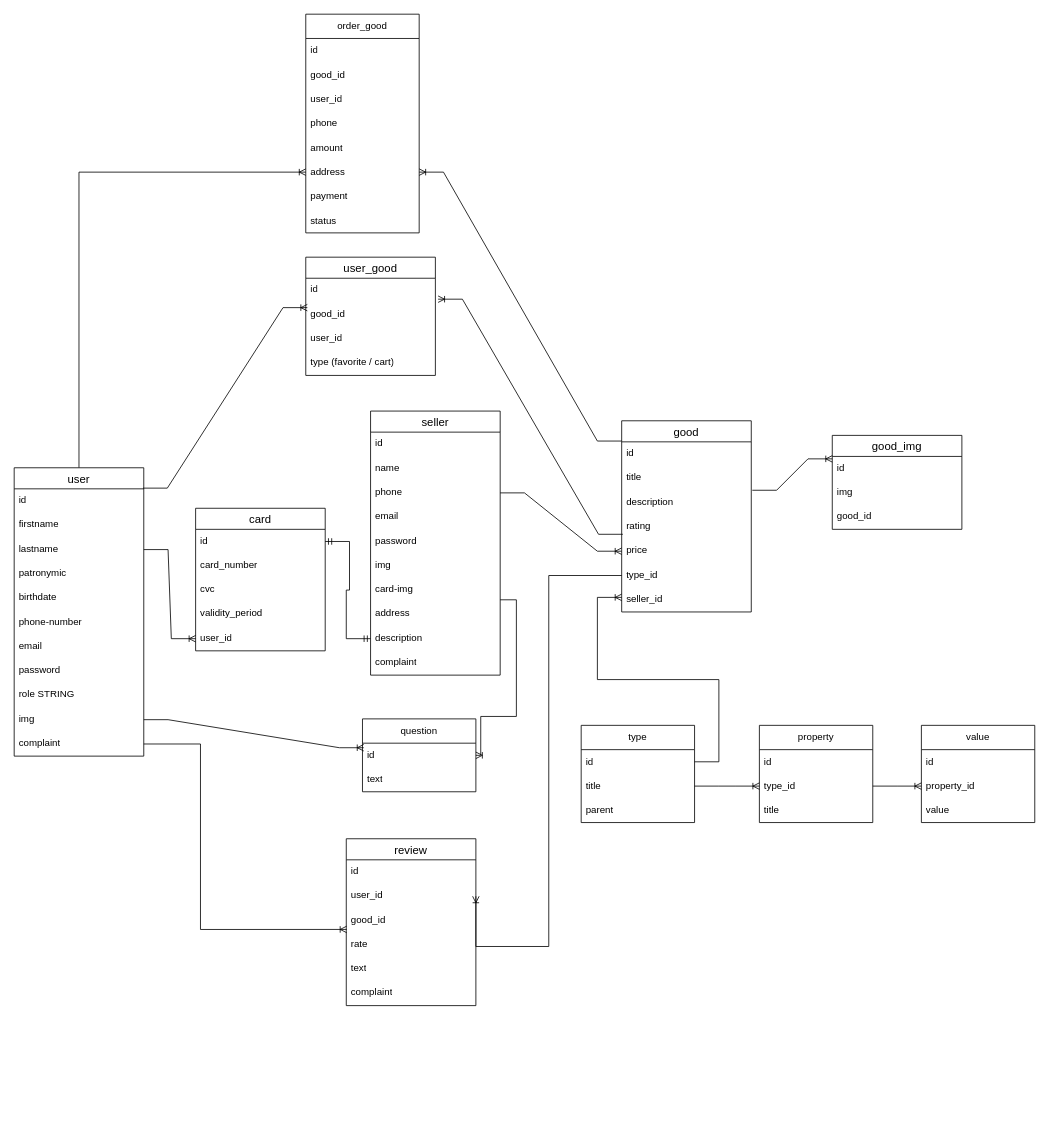
Before: database-diagram.drawio in vese1chak/meggaprice-server, a draw.io diagram. Source tidied: cells renumbered, new cells numbered last; positions are measured from the earlier drawing's top-left corner, leaving out a move shared by most shapes. Both pictures are drawn from the tidied source at 81%, with x=0, y=0 at pixel (14, 14).
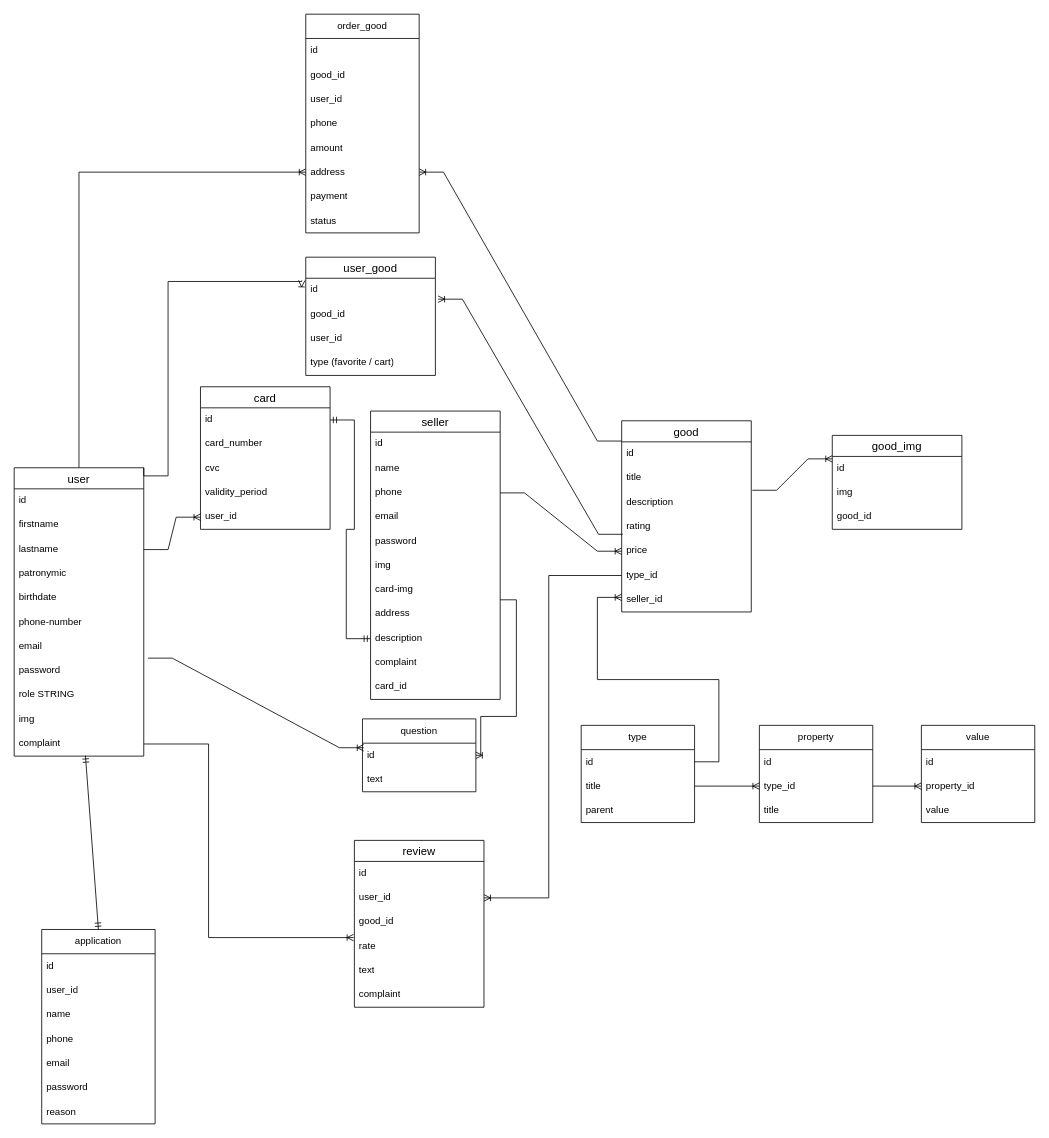
The same page after the edit.

Commit message (it also covers changes not shown here):
Added application and fixed other data models

The change refers to these unchanged cells:
```xml
<mxCell id="3" value="user" style="swimlane;fontStyle=0;horizontal=1;startSize=26;align=center;fontSize=14;" parent="1" vertex="1">
  <mxGeometry y="560" width="160" height="356" as="geometry" />
</mxCell>
<mxCell id="4" value="id" style="text;strokeColor=none;fillColor=none;spacingLeft=4;spacingRight=4;overflow=hidden;points=[[0,0.5],[1,0.5]];portConstraint=eastwest;fontSize=12;whiteSpace=wrap;html=1;" parent="3" vertex="1">
  <mxGeometry y="26" width="160" height="30" as="geometry" />
</mxCell>
<mxCell id="11" value="password" style="text;strokeColor=none;fillColor=none;spacingLeft=4;spacingRight=4;overflow=hidden;points=[[0,0.5],[1,0.5]];portConstraint=eastwest;fontSize=12;whiteSpace=wrap;html=1;" parent="3" vertex="1">
  <mxGeometry y="236" width="160" height="30" as="geometry" />
</mxCell>
<mxCell id="13" value="img" style="text;strokeColor=none;fillColor=none;spacingLeft=4;spacingRight=4;overflow=hidden;points=[[0,0.5],[1,0.5]];portConstraint=eastwest;fontSize=12;whiteSpace=wrap;html=1;" parent="3" vertex="1">
  <mxGeometry y="296" width="160" height="30" as="geometry" />
</mxCell>
<mxCell id="14" value="complaint" style="text;strokeColor=none;fillColor=none;spacingLeft=4;spacingRight=4;overflow=hidden;points=[[0,0.5],[1,0.5]];portConstraint=eastwest;fontSize=12;whiteSpace=wrap;html=1;" parent="3" vertex="1">
  <mxGeometry y="326" width="160" height="30" as="geometry" />
</mxCell>
<mxCell id="21" value="type_id" style="text;strokeColor=none;fillColor=none;spacingLeft=4;spacingRight=4;overflow=hidden;points=[[0,0.5],[1,0.5]];portConstraint=eastwest;fontSize=12;whiteSpace=wrap;html=1;" parent="15" vertex="1">
  <mxGeometry y="176" width="160" height="30" as="geometry" />
</mxCell>
<mxCell id="25" value="user_id" style="text;strokeColor=none;fillColor=none;spacingLeft=4;spacingRight=4;overflow=hidden;points=[[0,0.5],[1,0.5]];portConstraint=eastwest;fontSize=12;whiteSpace=wrap;html=1;" parent="23" vertex="1">
  <mxGeometry y="56" width="160" height="30" as="geometry" />
</mxCell>
<mxCell id="27" value="rate" style="text;strokeColor=none;fillColor=none;spacingLeft=4;spacingRight=4;overflow=hidden;points=[[0,0.5],[1,0.5]];portConstraint=eastwest;fontSize=12;whiteSpace=wrap;html=1;" parent="23" vertex="1">
  <mxGeometry y="116" width="160" height="30" as="geometry" />
</mxCell>
<mxCell id="31" value="id" style="text;strokeColor=none;fillColor=none;align=left;verticalAlign=middle;spacingLeft=4;spacingRight=4;overflow=hidden;points=[[0,0.5],[1,0.5]];portConstraint=eastwest;whiteSpace=wrap;html=1;" parent="30" vertex="1">
  <mxGeometry y="30" width="140" height="30" as="geometry" />
</mxCell>
<mxCell id="88" value="id" style="text;strokeColor=none;fillColor=none;spacingLeft=4;spacingRight=4;overflow=hidden;points=[[0,0.5],[1,0.5]];portConstraint=eastwest;fontSize=12;whiteSpace=wrap;html=1;" parent="87" vertex="1">
  <mxGeometry y="26" width="160" height="30" as="geometry" />
</mxCell>
<mxCell id="89" value="good_id" style="text;strokeColor=none;fillColor=none;spacingLeft=4;spacingRight=4;overflow=hidden;points=[[0,0.5],[1,0.5]];portConstraint=eastwest;fontSize=12;whiteSpace=wrap;html=1;" parent="87" vertex="1">
  <mxGeometry y="56" width="160" height="30" as="geometry" />
</mxCell>
```

What changed in the source:
```diff
@@
     <mxCell id="23" value="review" style="swimlane;fontStyle=0;horizontal=1;startSize=26;align=center;fontSize=14;" parent="1" vertex="1">
-      <mxGeometry x="410" y="1018" width="160" height="206" as="geometry" />
+      <mxGeometry x="420" y="1020" width="160" height="206" as="geometry" />
     </mxCell>
@@
-    <mxCell id="33" style="edgeStyle=entityRelationEdgeStyle;fontSize=12;html=1;endArrow=ERoneToMany;rounded=0;exitX=1;exitY=0.5;exitDx=0;exitDy=0;entryX=0.011;entryY=0.187;entryDx=0;entryDy=0;entryPerimeter=0;" parent="1" edge="1" source="13" target="31">
+    <mxCell id="33" style="edgeStyle=entityRelationEdgeStyle;fontSize=12;html=1;endArrow=ERoneToMany;rounded=0;exitX=1.032;exitY=-0.033;exitDx=0;exitDy=0;entryX=0.011;entryY=0.187;entryDx=0;entryDy=0;entryPerimeter=0;exitPerimeter=0;" parent="1" edge="1" source="11" target="31">
       <mxGeometry relative="1" as="geometry" />
     </mxCell>
@@
     <mxCell id="49" value="seller" style="swimlane;fontStyle=0;horizontal=1;startSize=26;align=center;fontSize=14;" parent="1" vertex="1">
-      <mxGeometry x="440" y="490" width="160" height="326" as="geometry" />
+      <mxGeometry x="440" y="490" width="160" height="356" as="geometry" />
     </mxCell>
@@
+    <mxCell id="94" value="card_id" style="text;strokeColor=none;fillColor=none;spacingLeft=4;spacingRight=4;overflow=hidden;fontSize=12;whiteSpace=wrap;html=1;" parent="49" vertex="1">
+      <mxGeometry y="326" width="160" height="30" as="geometry" />
+    </mxCell>
@@
     <mxCell id="61" style="edgeStyle=orthogonalEdgeStyle;rounded=0;jettySize=auto;html=1;entryX=1;entryY=0.5;entryDx=0;entryDy=0;endArrow=ERoneToMany;endFill=0;exitX=0;exitY=0.5;exitDx=0;exitDy=0;" parent="1" edge="1" source="21" target="25">
       <mxGeometry relative="1" as="geometry">
         <Array as="points">
           <mxPoint x="660" y="693" />
-          <mxPoint x="660" y="1151" />
-          <mxPoint x="570" y="1151" />
+          <mxPoint x="660" y="1091" />
         </Array>
       </mxGeometry>
     </mxCell>
@@
     <mxCell id="77" value="card" style="swimlane;fontStyle=0;horizontal=1;startSize=26;align=center;fontSize=14;" parent="1" vertex="1">
-      <mxGeometry x="224" y="610" width="160" height="176" as="geometry" />
+      <mxGeometry x="230" y="460" width="160" height="176" as="geometry" />
     </mxCell>
@@
-    <mxCell id="84" style="edgeStyle=entityRelationEdgeStyle;fontSize=12;html=1;endArrow=ERoneToMany;rounded=0;exitX=0.994;exitY=-0.029;exitDx=0;exitDy=0;exitPerimeter=0;entryX=0.012;entryY=0.21;entryDx=0;entryDy=0;entryPerimeter=0;" parent="1" edge="1" source="4" target="89">
-      <mxGeometry relative="1" as="geometry" />
+    <mxCell id="84" style="edgeStyle=orthogonalEdgeStyle;fontSize=12;html=1;endArrow=ERoneToMany;rounded=0;exitX=1;exitY=0;exitDx=0;exitDy=0;entryX=-0.031;entryY=0.089;entryDx=0;entryDy=0;entryPerimeter=0;" parent="1" edge="1" source="3" target="88">
+      <mxGeometry relative="1" as="geometry">
+        <Array as="points">
+          <mxPoint x="160" y="570" />
+          <mxPoint x="190" y="570" />
+          <mxPoint x="190" y="330" />
+          <mxPoint x="355" y="330" />
+        </Array>
+      </mxGeometry>
     </mxCell>
@@
-    <mxCell id="92" style="edgeStyle=orthogonalEdgeStyle;rounded=0;jettySize=auto;html=1;entryX=0.003;entryY=-0.135;entryDx=0;entryDy=0;entryPerimeter=0;endArrow=ERoneToMany;endFill=0;" parent="1" edge="1" source="14" target="27">
-      <mxGeometry relative="1" as="geometry">
-        <Array as="points">
-          <mxPoint x="230" y="901" />
-          <mxPoint x="230" y="1130" />
-        </Array>
-      </mxGeometry>
-    </mxCell>
@@
+    <mxCell id="95" value="application" style="swimlane;fontStyle=0;horizontal=1;startSize=30;whiteSpace=wrap;html=1;" parent="1" vertex="1">
+      <mxGeometry x="34" y="1130" width="140" height="240" as="geometry" />
+    </mxCell>
+    <mxCell id="96" value="id" style="text;strokeColor=none;fillColor=none;align=left;verticalAlign=middle;spacingLeft=4;spacingRight=4;overflow=hidden;whiteSpace=wrap;html=1;" parent="95" vertex="1">
+      <mxGeometry y="30" width="140" height="30" as="geometry" />
+    </mxCell>
+    <mxCell id="97" value="user_id" style="text;strokeColor=none;fillColor=none;align=left;verticalAlign=middle;spacingLeft=4;spacingRight=4;overflow=hidden;whiteSpace=wrap;html=1;" parent="95" vertex="1">
+      <mxGeometry y="60" width="140" height="30" as="geometry" />
+    </mxCell>
+    <mxCell id="98" value="name" style="text;strokeColor=none;fillColor=none;align=left;verticalAlign=middle;spacingLeft=4;spacingRight=4;overflow=hidden;whiteSpace=wrap;html=1;" parent="95" vertex="1">
+      <mxGeometry y="90" width="140" height="30" as="geometry" />
+    </mxCell>
+    <mxCell id="99" value="phone" style="text;strokeColor=none;fillColor=none;align=left;verticalAlign=middle;spacingLeft=4;spacingRight=4;overflow=hidden;whiteSpace=wrap;html=1;" parent="95" vertex="1">
+      <mxGeometry y="120" width="140" height="30" as="geometry" />
+    </mxCell>
+    <mxCell id="100" value="email" style="text;strokeColor=none;fillColor=none;align=left;verticalAlign=middle;spacingLeft=4;spacingRight=4;overflow=hidden;whiteSpace=wrap;html=1;" parent="95" vertex="1">
+      <mxGeometry y="150" width="140" height="30" as="geometry" />
+    </mxCell>
+    <mxCell id="101" value="password" style="text;strokeColor=none;fillColor=none;align=left;verticalAlign=middle;spacingLeft=4;spacingRight=4;overflow=hidden;whiteSpace=wrap;html=1;" parent="95" vertex="1">
+      <mxGeometry y="180" width="140" height="30" as="geometry" />
+    </mxCell>
+    <mxCell id="102" value="reason" style="text;strokeColor=none;fillColor=none;align=left;verticalAlign=middle;spacingLeft=4;spacingRight=4;overflow=hidden;whiteSpace=wrap;html=1;" parent="95" vertex="1">
+      <mxGeometry y="210" width="140" height="30" as="geometry" />
+    </mxCell>
+    <mxCell id="103" style="fontSize=12;html=1;endArrow=ERmandOne;startArrow=ERmandOne;rounded=0;exitX=0.5;exitY=0;exitDx=0;exitDy=0;entryX=0.55;entryY=0.982;entryDx=0;entryDy=0;entryPerimeter=0;" parent="1" edge="1" source="95" target="14">
+      <mxGeometry relative="1" as="geometry" />
+    </mxCell>
+    <mxCell id="104" style="edgeStyle=orthogonalEdgeStyle;rounded=0;jettySize=auto;html=1;endArrow=ERoneToMany;endFill=0;" parent="1" edge="1" source="14">
+      <mxGeometry relative="1" as="geometry">
+        <mxPoint x="419" y="1140" as="targetPoint" />
+        <Array as="points">
+          <mxPoint x="240" y="901" />
+          <mxPoint x="240" y="1140" />
+          <mxPoint x="419" y="1140" />
+        </Array>
+      </mxGeometry>
+    </mxCell>
```
